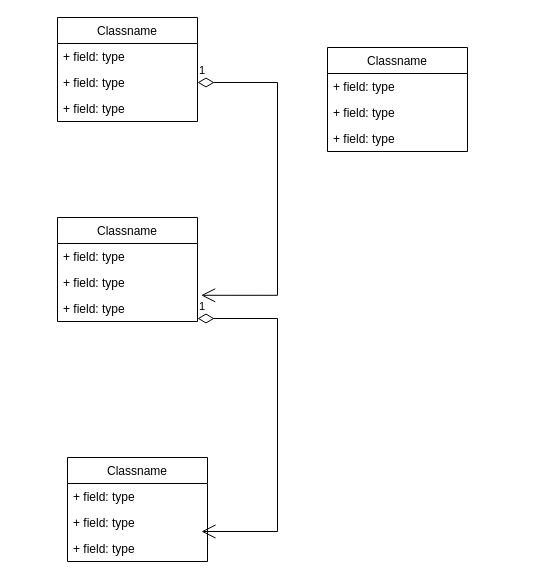
The draw.io diagram page "Trang-2" (2 of 2) of RabbitMQ-MongoDB-MySQL-Fullstack.drawio in quyettranvu/Diagram-Fullstack-SQL-Docker-Nginx, before the edit. Source tidied: cells renumbered, new cells numbered last; positions are measured from the earlier drawing's top-left corner, leaving out a move shared by most shapes. Both pictures are drawn from the tidied source at 100%, with x=0, y=0 at pixel (57, 17).
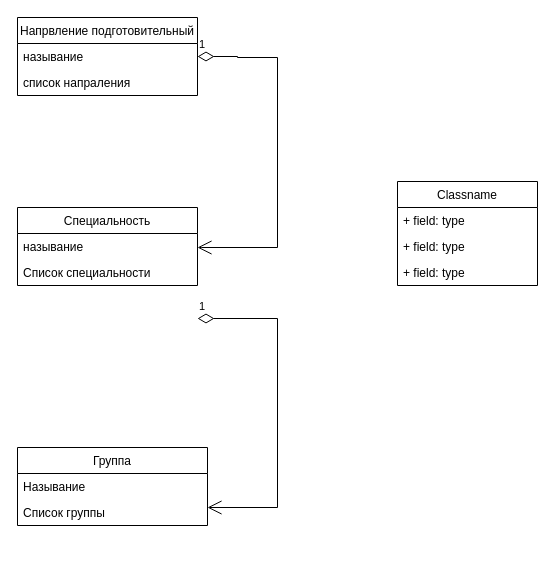
After the change.

Commit message (it also covers changes not shown here):
Cập nhật RabbitMQ-MongoDB-MySQL-Fullstack.drawio

Diff of the diagram source:
```diff
@@
-    <mxCell id="2" value="Classname" style="swimlane;fontStyle=0;horizontal=1;startSize=26;fillColor=none;" parent="1" vertex="1">
-      <mxGeometry width="140" height="104" as="geometry" />
+    <mxCell id="2" value="Напрвление подготовительный" style="swimlane;fontStyle=0;horizontal=1;startSize=26;fillColor=none;" parent="1" vertex="1">
+      <mxGeometry x="-40" width="180" height="78" as="geometry" />
     </mxCell>
-    <mxCell id="3" value="+ field: type" style="text;strokeColor=none;fillColor=none;align=left;verticalAlign=top;spacingLeft=4;spacingRight=4;overflow=hidden;" parent="2" vertex="1">
-      <mxGeometry y="26" width="140" height="26" as="geometry" />
-    </mxCell>
-    <mxCell id="4" value="+ field: type" style="text;strokeColor=none;fillColor=none;align=left;verticalAlign=top;spacingLeft=4;spacingRight=4;overflow=hidden;points=[[0,0.5],[1,0.5]];portConstraint=eastwest;" parent="2" vertex="1">
-      <mxGeometry y="52" width="140" height="26" as="geometry" />
+    <mxCell id="4" value="называние" style="text;strokeColor=none;fillColor=none;align=left;verticalAlign=top;spacingLeft=4;spacingRight=4;overflow=hidden;points=[[0,0.5],[1,0.5]];portConstraint=eastwest;" parent="2" vertex="1">
+      <mxGeometry y="26" width="180" height="26" as="geometry" />
     </mxCell>
-    <mxCell id="5" value="+ field: type" style="text;strokeColor=none;fillColor=none;align=left;verticalAlign=top;spacingLeft=4;spacingRight=4;overflow=hidden;" parent="2" vertex="1">
-      <mxGeometry y="78" width="140" height="26" as="geometry" />
+    <mxCell id="5" value="список напраления" style="text;strokeColor=none;fillColor=none;align=left;verticalAlign=top;spacingLeft=4;spacingRight=4;overflow=hidden;" parent="2" vertex="1">
+      <mxGeometry y="52" width="180" height="26" as="geometry" />
     </mxCell>
-    <mxCell id="6" value="Classname" style="swimlane;fontStyle=0;horizontal=1;startSize=26;fillColor=none;" parent="1" vertex="1">
-      <mxGeometry y="200" width="140" height="104" as="geometry" />
+    <mxCell id="6" value="Специальность" style="swimlane;fontStyle=0;horizontal=1;startSize=26;fillColor=none;" parent="1" vertex="1">
+      <mxGeometry x="-40" y="190" width="180" height="78" as="geometry" />
     </mxCell>
-    <mxCell id="7" value="+ field: type" style="text;strokeColor=none;fillColor=none;align=left;verticalAlign=top;spacingLeft=4;spacingRight=4;overflow=hidden;" parent="6" vertex="1">
-      <mxGeometry y="26" width="140" height="26" as="geometry" />
+    <mxCell id="7" value="называние" style="text;strokeColor=none;fillColor=none;align=left;verticalAlign=top;spacingLeft=4;spacingRight=4;overflow=hidden;" parent="6" vertex="1">
+      <mxGeometry y="26" width="180" height="26" as="geometry" />
     </mxCell>
-    <mxCell id="8" value="+ field: type" style="text;strokeColor=none;fillColor=none;align=left;verticalAlign=top;spacingLeft=4;spacingRight=4;overflow=hidden;" parent="6" vertex="1">
-      <mxGeometry y="52" width="140" height="26" as="geometry" />
+    <mxCell id="8" value="Список специальности" style="text;strokeColor=none;fillColor=none;align=left;verticalAlign=top;spacingLeft=4;spacingRight=4;overflow=hidden;" parent="6" vertex="1">
+      <mxGeometry y="52" width="180" height="26" as="geometry" />
     </mxCell>
-    <mxCell id="9" value="+ field: type" style="text;strokeColor=none;fillColor=none;align=left;verticalAlign=top;spacingLeft=4;spacingRight=4;overflow=hidden;points=[[0,0.5],[1,0.5]];portConstraint=eastwest;" parent="6" vertex="1">
-      <mxGeometry y="78" width="140" height="26" as="geometry" />
-    </mxCell>
-    <mxCell id="10" value="Classname" style="swimlane;fontStyle=0;horizontal=1;startSize=26;fillColor=none;" parent="1" vertex="1">
-      <mxGeometry x="10" y="440" width="140" height="104" as="geometry" />
+    <mxCell id="10" value="Группа" style="swimlane;fontStyle=0;horizontal=1;startSize=26;fillColor=none;" parent="1" vertex="1">
+      <mxGeometry x="-40" y="430" width="190" height="78" as="geometry" />
     </mxCell>
-    <mxCell id="11" value="+ field: type" style="text;strokeColor=none;fillColor=none;align=left;verticalAlign=top;spacingLeft=4;spacingRight=4;overflow=hidden;" parent="10" vertex="1">
-      <mxGeometry y="26" width="140" height="26" as="geometry" />
+    <mxCell id="11" value="Называние" style="text;strokeColor=none;fillColor=none;align=left;verticalAlign=top;spacingLeft=4;spacingRight=4;overflow=hidden;" parent="10" vertex="1">
+      <mxGeometry y="26" width="190" height="26" as="geometry" />
     </mxCell>
-    <mxCell id="12" value="+ field: type" style="text;strokeColor=none;fillColor=none;align=left;verticalAlign=top;spacingLeft=4;spacingRight=4;overflow=hidden;points=[[0,0.5],[1,0.5]];portConstraint=eastwest;" parent="10" vertex="1">
-      <mxGeometry y="52" width="140" height="26" as="geometry" />
+    <mxCell id="12" value="Список группы" style="text;strokeColor=none;fillColor=none;align=left;verticalAlign=top;spacingLeft=4;spacingRight=4;overflow=hidden;points=[[0,0.5],[1,0.5]];portConstraint=eastwest;" parent="10" vertex="1">
+      <mxGeometry y="52" width="190" height="26" as="geometry" />
     </mxCell>
-    <mxCell id="13" value="+ field: type" style="text;strokeColor=none;fillColor=none;align=left;verticalAlign=top;spacingLeft=4;spacingRight=4;overflow=hidden;" parent="10" vertex="1">
-      <mxGeometry y="78" width="140" height="26" as="geometry" />
-    </mxCell>
-    <mxCell id="14" value="1" style="endArrow=open;html=1;endSize=12;startArrow=diamondThin;startSize=14;startFill=0;edgeStyle=orthogonalEdgeStyle;align=left;verticalAlign=bottom;rounded=0;exitX=1;exitY=0.5;exitDx=0;exitDy=0;entryX=1.026;entryY=-0.008;entryDx=0;entryDy=0;entryPerimeter=0;" parent="1" edge="1" source="4" target="9">
+    <mxCell id="14" value="1" style="endArrow=open;html=1;endSize=12;startArrow=diamondThin;startSize=14;startFill=0;edgeStyle=orthogonalEdgeStyle;align=left;verticalAlign=bottom;rounded=0;exitX=1;exitY=0.5;exitDx=0;exitDy=0;" parent="1" edge="1" source="4">
       <mxGeometry x="-1" y="3" relative="1" as="geometry">
+        <mxPoint x="140" y="230" as="targetPoint" />
         <Array as="points">
-          <mxPoint x="220" y="65" />
-          <mxPoint x="220" y="278" />
+          <mxPoint x="180" y="39" />
+          <mxPoint x="180" y="40" />
+          <mxPoint x="220" y="40" />
+          <mxPoint x="220" y="230" />
+          <mxPoint x="144" y="230" />
         </Array>
       </mxGeometry>
     </mxCell>
-    <mxCell id="15" value="1" style="endArrow=open;html=1;endSize=12;startArrow=diamondThin;startSize=14;startFill=0;edgeStyle=orthogonalEdgeStyle;align=left;verticalAlign=bottom;rounded=0;exitX=1;exitY=0.5;exitDx=0;exitDy=0;entryX=1.026;entryY=-0.008;entryDx=0;entryDy=0;entryPerimeter=0;" parent="1" edge="1">
+    <mxCell id="15" value="1" style="endArrow=open;html=1;endSize=12;startArrow=diamondThin;startSize=14;startFill=0;edgeStyle=orthogonalEdgeStyle;align=left;verticalAlign=bottom;rounded=0;exitX=1;exitY=0.5;exitDx=0;exitDy=0;entryX=1;entryY=0.308;entryDx=0;entryDy=0;entryPerimeter=0;" parent="1" edge="1" target="12">
       <mxGeometry x="-1" y="3" relative="1" as="geometry">
         <mxPoint x="140" y="301" as="sourcePoint" />
-        <mxPoint x="144" y="514" as="targetPoint" />
         <Array as="points">
           <mxPoint x="220" y="301" />
-          <mxPoint x="220" y="514" />
+          <mxPoint x="220" y="490" />
         </Array>
       </mxGeometry>
     </mxCell>
     <mxCell id="16" value="Classname" style="swimlane;fontStyle=0;horizontal=1;startSize=26;fillColor=none;" parent="1" vertex="1">
-      <mxGeometry x="270" y="30" width="140" height="104" as="geometry" />
+      <mxGeometry x="340" y="164" width="140" height="104" as="geometry" />
     </mxCell>
```
